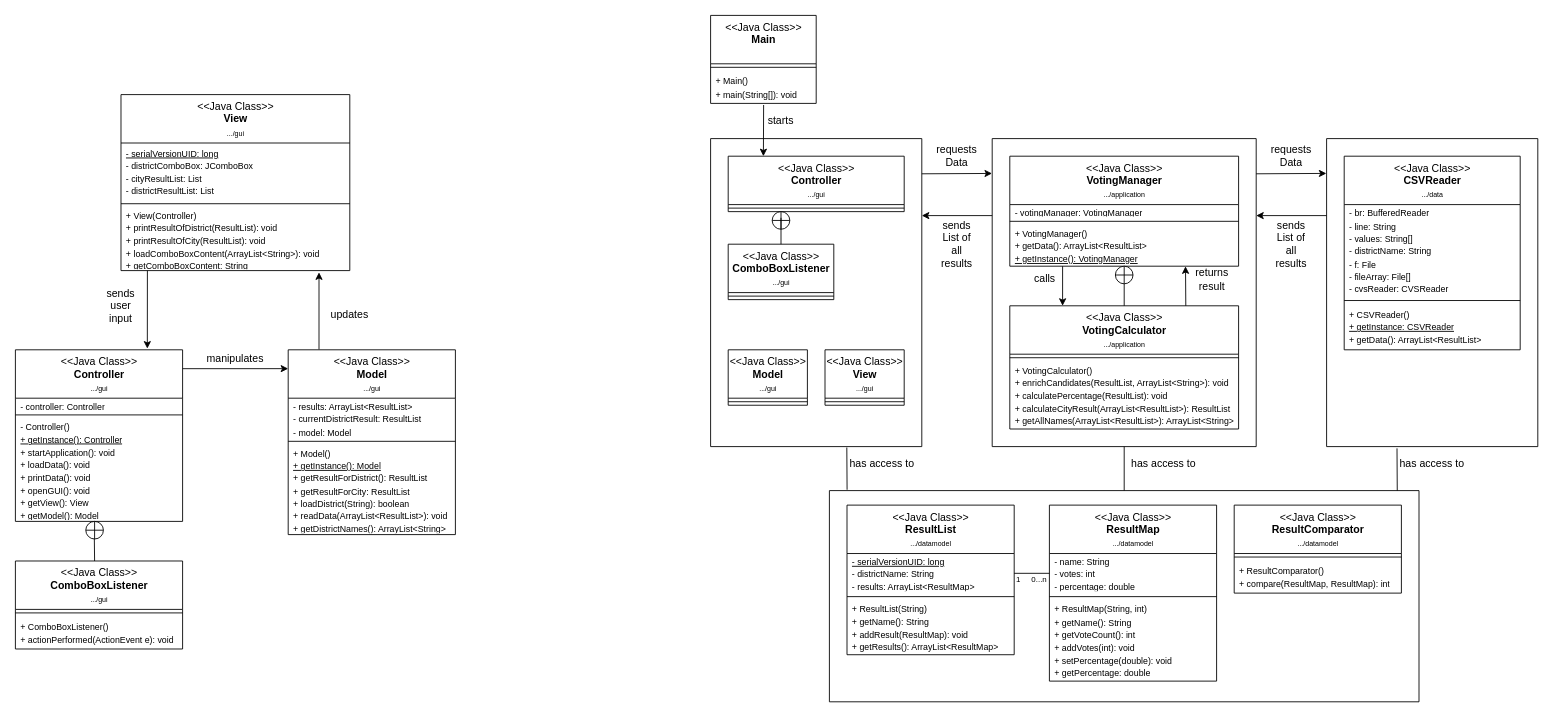
Above: Wahlstatistik/src/de/wwi2020seb/softwareengineering/gruppe7/misc/Untitled Diagram.drawio in DrBackmischung/SoftwareEngineeringI (draw.io), before the change. Source tidied: cells renumbered, new cells numbered last; positions are measured from the earlier drawing's top-left corner, leaving out a move shared by most shapes. Both pictures are drawn from the tidied source at 88%, with x=0, y=0 at pixel (15, 15).
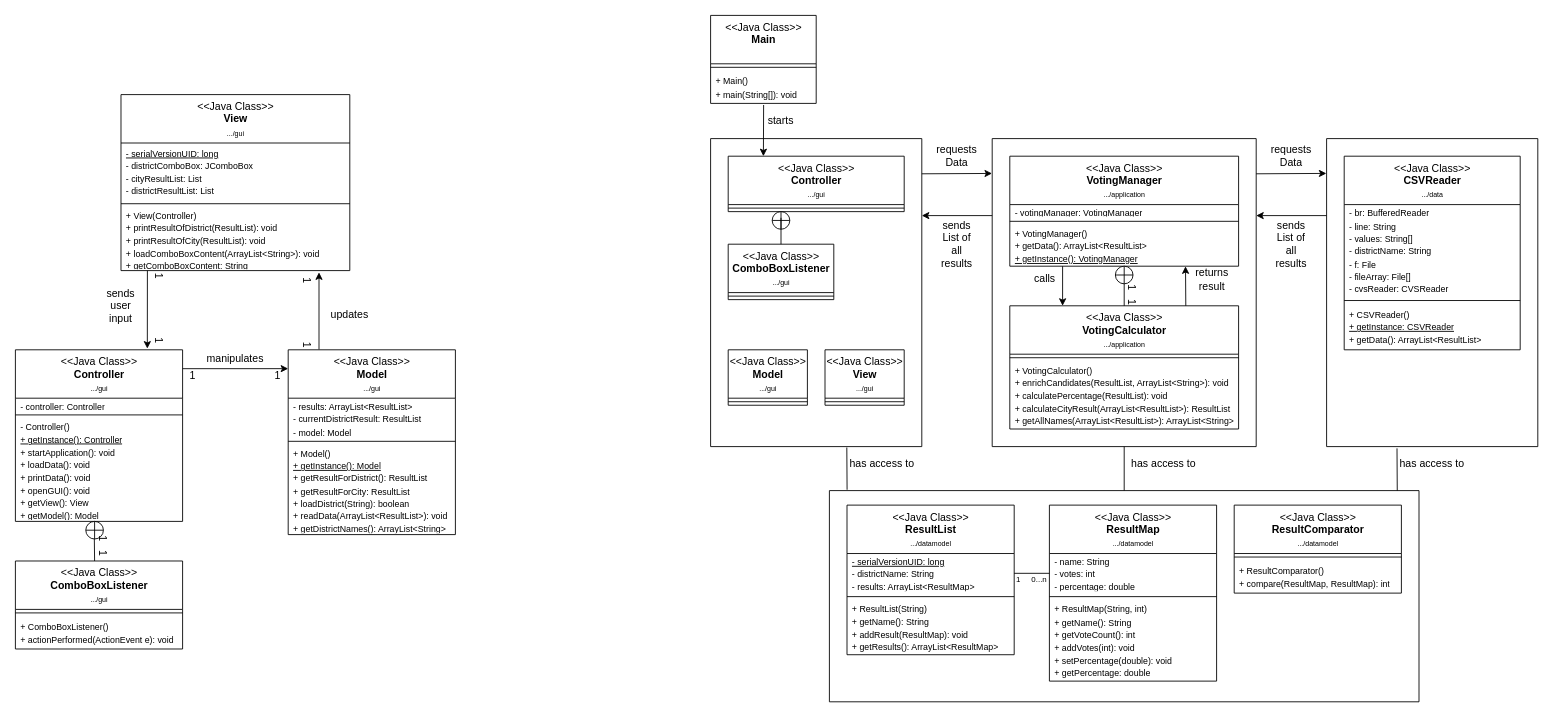
The same page after the edit.

Unchanged cells that the change refers to:
```xml
<mxCell id="30" style="swimlane;startSize=0;" parent="1" vertex="1">
  <mxGeometry x="1110" y="140" width="300" height="350" as="geometry" />
</mxCell>
```

What changed in the source:
```diff
@@
+    <mxCell id="88" value="1&amp;nbsp; &amp;nbsp;1" style="text;html=1;strokeColor=none;fillColor=none;align=center;verticalAlign=middle;whiteSpace=wrap;rounded=0;rotation=90;" parent="30" vertex="1">
+      <mxGeometry x="140" y="170" width="37.5" height="15" as="geometry" />
+    </mxCell>
@@
+    <mxCell id="89" value="1&amp;nbsp; &amp;nbsp; &amp;nbsp; &amp;nbsp; &amp;nbsp; &amp;nbsp; &amp;nbsp; &amp;nbsp; &amp;nbsp; &amp;nbsp; &amp;nbsp; &amp;nbsp; &amp;nbsp; &amp;nbsp;1" style="text;html=1;strokeColor=none;fillColor=none;align=center;verticalAlign=middle;whiteSpace=wrap;rounded=0;" parent="1" vertex="1">
+      <mxGeometry x="185" y="400" width="130" height="20" as="geometry" />
+    </mxCell>
+    <mxCell id="90" value="1&amp;nbsp; &amp;nbsp; &amp;nbsp; &amp;nbsp; &amp;nbsp; &amp;nbsp; &amp;nbsp; &amp;nbsp; &amp;nbsp; &amp;nbsp; 1" style="text;html=1;strokeColor=none;fillColor=none;align=center;verticalAlign=middle;whiteSpace=wrap;rounded=0;rotation=90;" parent="1" vertex="1">
+      <mxGeometry x="115.5" y="324.5" width="97" height="16" as="geometry" />
+    </mxCell>
+    <mxCell id="91" value="1&amp;nbsp; &amp;nbsp; &amp;nbsp; &amp;nbsp; &amp;nbsp; &amp;nbsp; &amp;nbsp; &amp;nbsp; &amp;nbsp; &amp;nbsp; 1" style="text;html=1;strokeColor=none;fillColor=none;align=center;verticalAlign=middle;whiteSpace=wrap;rounded=0;rotation=90;" parent="1" vertex="1">
+      <mxGeometry x="283" y="330" width="97" height="16" as="geometry" />
+    </mxCell>
+    <mxCell id="92" value="1&amp;nbsp; &amp;nbsp;1" style="text;html=1;strokeColor=none;fillColor=none;align=center;verticalAlign=middle;whiteSpace=wrap;rounded=0;rotation=90;" parent="1" vertex="1">
+      <mxGeometry x="80" y="595" width="40" height="16" as="geometry" />
+    </mxCell>
```
